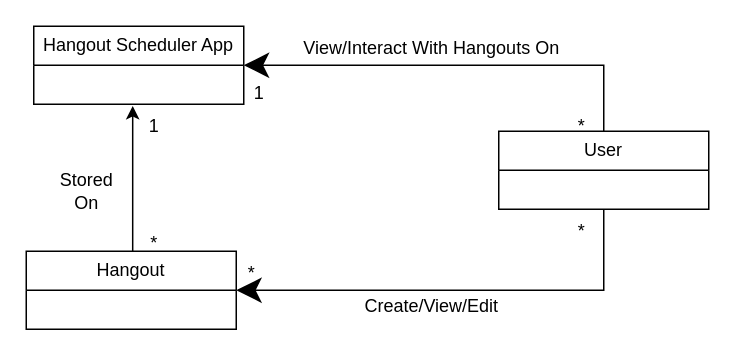
Before: Docs/Diagrams/HangoutSchedulerDomain.drawio in jhrit23/HangoutSchedulerApp, a draw.io diagram. Source tidied: cells renumbered, new cells numbered last; positions are measured from the earlier drawing's top-left corner, leaving out a move shared by most shapes. Both pictures are drawn from the tidied source at 150%, with x=0, y=0 at pixel (26, 26).
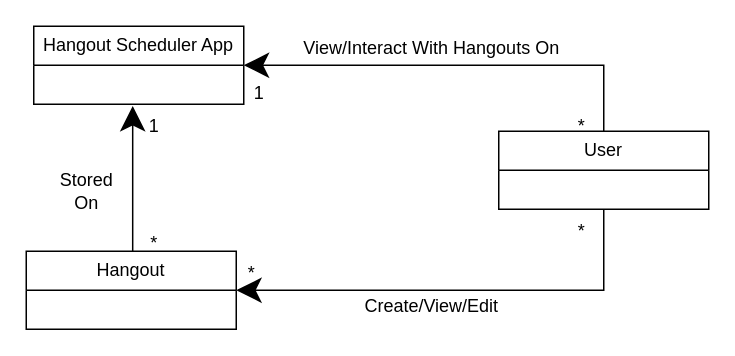
The same page after the edit.

Commit message (it also covers changes not shown here):
Updated arrow sizes for domain model

The edit, as a diff of the source:
```diff
@@
 <mxGraphModel>
   <root>
     <mxCell id="0" />
     <mxCell id="1" parent="0" />
     <mxCell id="2" style="edgeStyle=orthogonalEdgeStyle;rounded=0;jettySize=auto;html=1;entryX=0.5;entryY=0;entryDx=0;entryDy=0;endArrow=none;startFill=1;startArrow=classic;endSize=12;startSize=14;" parent="1" edge="1" source="3" target="6">
       <mxGeometry relative="1" as="geometry" />
     </mxCell>
     <mxCell id="3" value="Hangout Scheduler App" style="swimlane;fontStyle=0;horizontal=1;startSize=26;fillColor=none;whiteSpace=wrap;html=1;" parent="1" vertex="1">
       <mxGeometry x="5" width="140" height="52" as="geometry" />
     </mxCell>
     <mxCell id="4" style="edgeStyle=orthogonalEdgeStyle;rounded=0;jettySize=auto;html=1;entryX=0.5;entryY=1;entryDx=0;entryDy=0;endArrow=none;startFill=1;endFill=1;startArrow=classic;startSize=14;" parent="1" edge="1" source="5" target="6">
       <mxGeometry relative="1" as="geometry" />
     </mxCell>
     <mxCell id="5" value="Hangout" style="swimlane;fontStyle=0;horizontal=1;startSize=26;fillColor=none;whiteSpace=wrap;html=1;" parent="1" vertex="1">
       <mxGeometry y="150" width="140" height="52" as="geometry" />
     </mxCell>
     <mxCell id="6" value="User" style="swimlane;fontStyle=0;horizontal=1;startSize=26;fillColor=none;whiteSpace=wrap;html=1;" parent="1" vertex="1">
       <mxGeometry x="315" y="70" width="140" height="52" as="geometry" />
     </mxCell>
     <mxCell id="7" value="View/Interact With Hangouts On" style="text;html=1;align=center;verticalAlign=middle;strokeColor=none;fillColor=none;" parent="1" vertex="1">
       <mxGeometry x="175" width="190" height="30" as="geometry" />
     </mxCell>
     <mxCell id="8" value="1" style="text;html=1;align=center;verticalAlign=middle;strokeColor=none;fillColor=none;" parent="1" vertex="1">
       <mxGeometry x="140" y="30" width="30" height="30" as="geometry" />
     </mxCell>
     <mxCell id="9" value="*" style="text;html=1;align=center;verticalAlign=middle;strokeColor=none;fillColor=none;" parent="1" vertex="1">
       <mxGeometry x="355" y="52" width="30" height="30" as="geometry" />
     </mxCell>
     <mxCell id="10" value="*" style="text;html=1;align=center;verticalAlign=middle;strokeColor=none;fillColor=none;" parent="1" vertex="1">
       <mxGeometry x="135" y="150" width="30" height="30" as="geometry" />
     </mxCell>
     <mxCell id="11" value="*" style="text;html=1;align=center;verticalAlign=middle;strokeColor=none;fillColor=none;" parent="1" vertex="1">
       <mxGeometry x="355" y="122" width="30" height="30" as="geometry" />
     </mxCell>
     <mxCell id="12" value="Create/View/Edit" style="text;html=1;align=center;verticalAlign=middle;strokeColor=none;fillColor=none;" parent="1" vertex="1">
       <mxGeometry x="215" y="172" width="110" height="30" as="geometry" />
     </mxCell>
     <mxCell id="13" value="Stored&lt;div&gt;On&lt;/div&gt;" style="text;html=1;align=center;verticalAlign=middle;strokeColor=none;fillColor=none;" parent="1" vertex="1">
       <mxGeometry x="10" y="90" width="60" height="40" as="geometry" />
     </mxCell>
     <mxCell id="14" value="1" style="text;html=1;align=center;verticalAlign=middle;points=[];strokeColor=none;fillColor=none;" parent="1" vertex="1">
       <mxGeometry x="70" y="52" width="30" height="30" as="geometry" />
     </mxCell>
-    <mxCell id="15" style="edgeStyle=orthogonalEdgeStyle;rounded=0;jettySize=auto;html=1;entryX=0.032;entryY=0.038;entryDx=0;entryDy=0;entryPerimeter=0;" parent="1" edge="1" source="5" target="14">
+    <mxCell id="15" style="edgeStyle=orthogonalEdgeStyle;rounded=0;jettySize=auto;html=1;entryX=0.032;entryY=0.038;entryDx=0;entryDy=0;entryPerimeter=0;endSize=14;" parent="1" edge="1" source="5" target="14">
       <mxGeometry relative="1" as="geometry">
         <Array as="points">
           <mxPoint x="70" y="53" />
         </Array>
       </mxGeometry>
     </mxCell>
     <mxCell id="16" value="*" style="text;html=1;align=center;verticalAlign=middle;strokeColor=none;fillColor=none;" parent="1" vertex="1">
       <mxGeometry x="70" y="130" width="30" height="30" as="geometry" />
     </mxCell>
   </root>
 </mxGraphModel>
```
